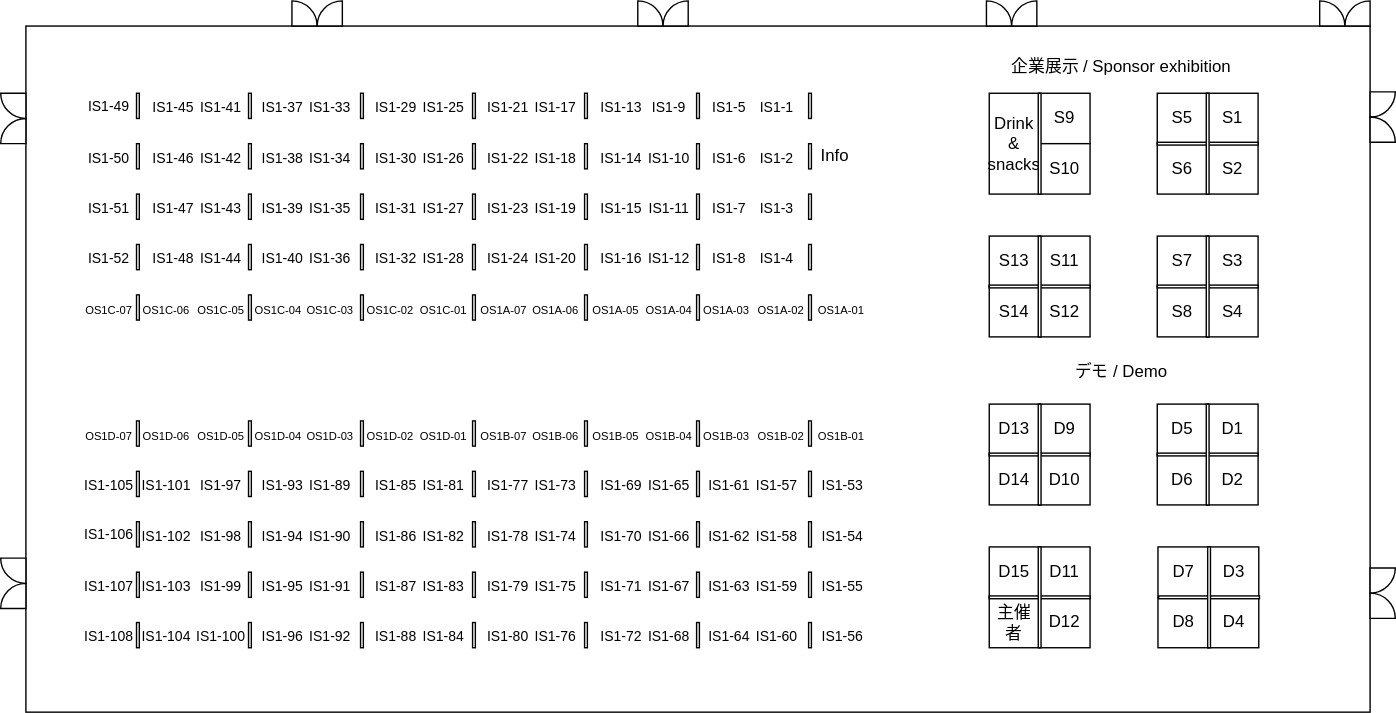
The draw.io diagram static/day1_a.svg in MIRU-Committee/miru2024, before a commit. Source tidied: cells renumbered, new cells last; positions are measured from the earlier drawing's top-left corner, leaving out a move shared by most shapes.
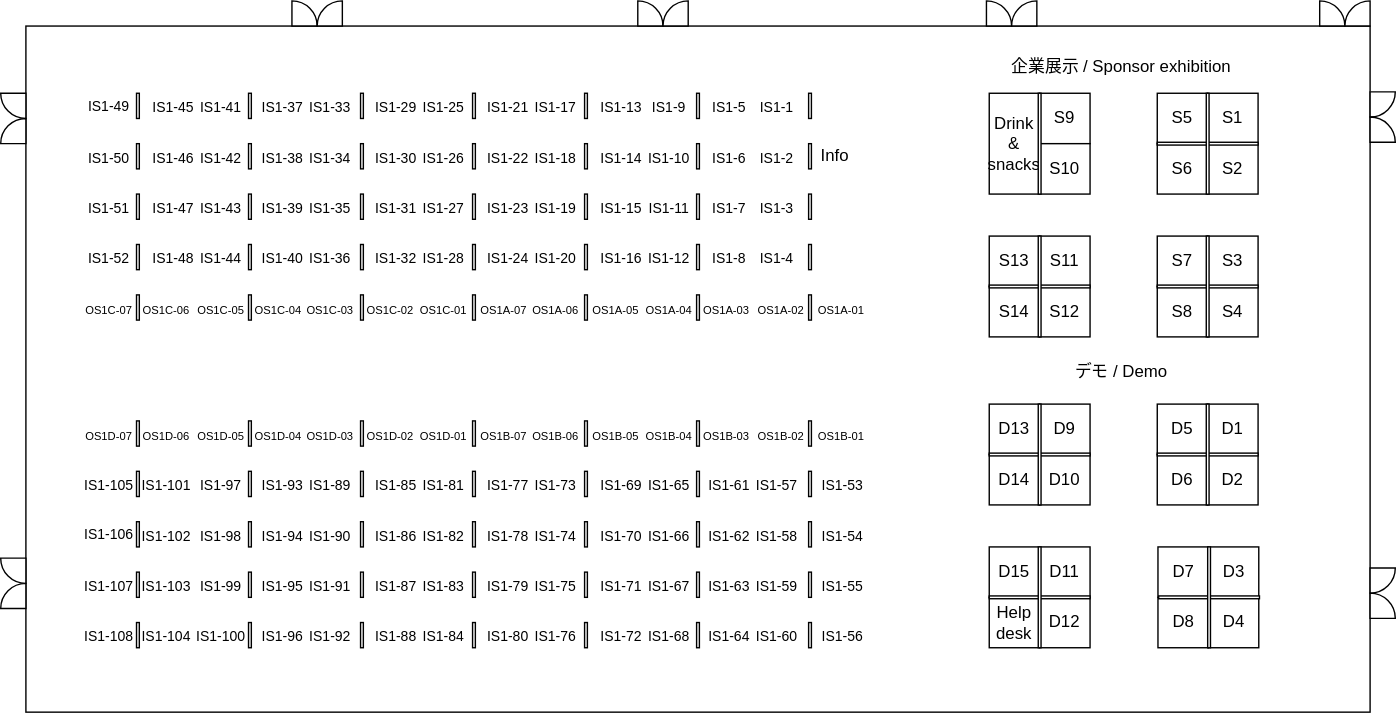
Above is the later version.

What changed in the source:
```diff
@@ -20,7 +20,7 @@
     <mxCell id="7" value="D11" style="rounded=0;whiteSpace=wrap;html=1;" parent="1" vertex="1">
       <mxGeometry x="742" y="408" width="36" height="36" as="geometry" />
     </mxCell>
-    <mxCell id="8" value="主催者" style="rounded=0;whiteSpace=wrap;html=1;" parent="1" vertex="1">
+    <mxCell id="8" value="Help desk" style="rounded=0;whiteSpace=wrap;html=1;" parent="1" vertex="1">
       <mxGeometry x="706" y="444" width="36" height="36" as="geometry" />
     </mxCell>
     <mxCell id="9" value="D12" style="rounded=0;whiteSpace=wrap;html=1;" parent="1" vertex="1">
```
